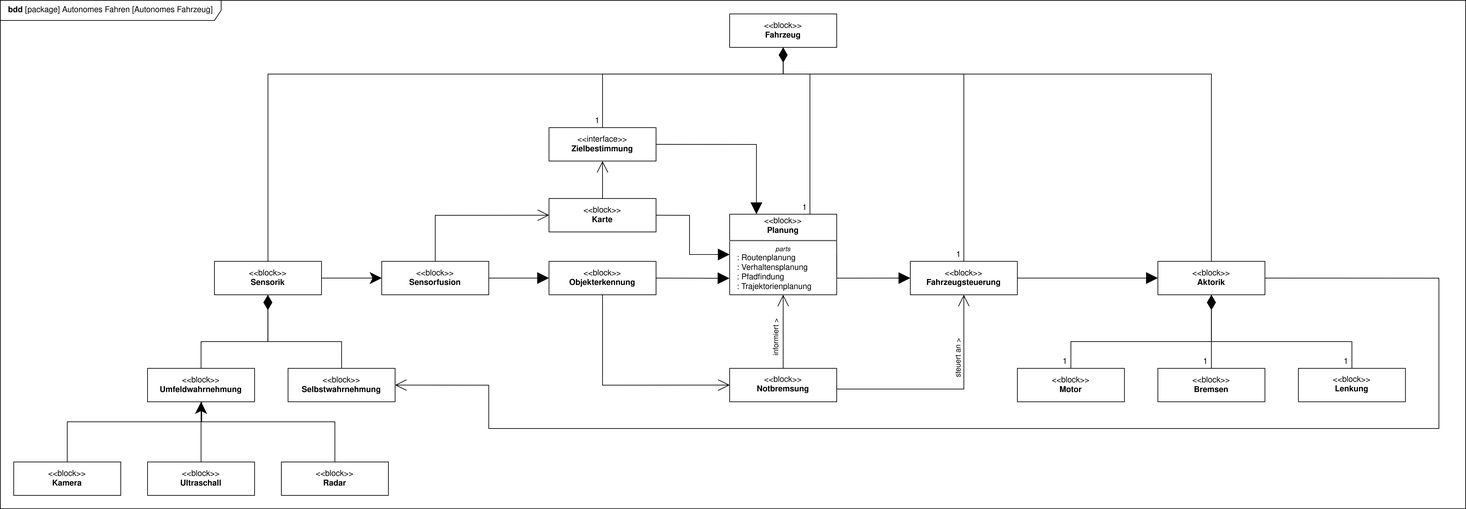
Above: bdd.png in agrueneberg/sews2324 (draw.io), before the change. Source tidied: cells renumbered, new cells last; positions are measured from the earlier drawing's top-left corner, leaving out a move shared by most shapes.
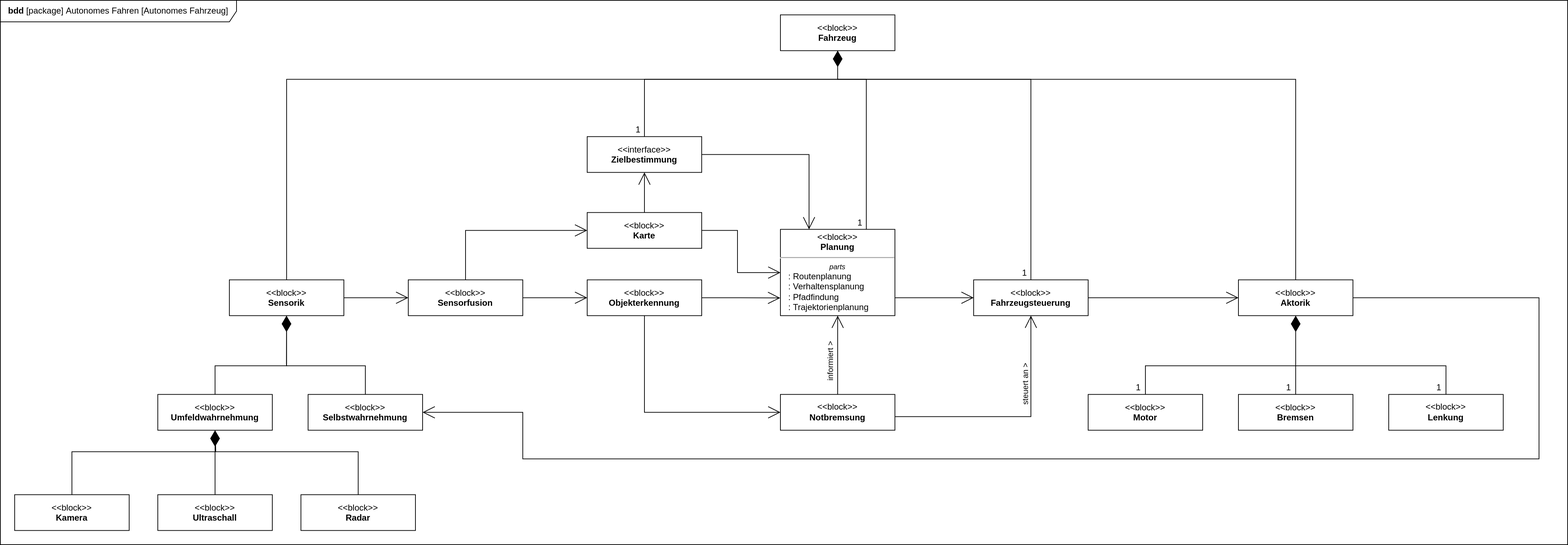
The same file after the commit.

What changed in the source:
```diff
@@ -2,7 +2,10 @@
   <root>
     <mxCell id="0" />
     <mxCell id="1" parent="0" />
+    <mxCell id="48" value="&lt;b&gt;bdd&lt;/b&gt; [package] Autonomes Fahren [Autonomes Fahrzeug]" style="shape=umlFrame;whiteSpace=wrap;html=1;width=330;height=30;" parent="1" vertex="1">
+      <mxGeometry width="2190" height="760" as="geometry" />
+    </mxCell>
-    <mxCell id="2" style="edgeStyle=orthogonalEdgeStyle;rounded=0;jettySize=auto;html=1;exitX=1;exitY=0.5;exitDx=0;exitDy=0;entryX=0;entryY=0.5;entryDx=0;entryDy=0;endSize=15;endArrow=block;endFill=1;" parent="1" edge="1" source="4" target="15">
+    <mxCell id="2" style="edgeStyle=orthogonalEdgeStyle;rounded=0;jettySize=auto;html=1;exitX=1;exitY=0.5;exitDx=0;exitDy=0;entryX=0;entryY=0.5;entryDx=0;entryDy=0;endSize=15;endArrow=open;endFill=0;" parent="1" edge="1" source="4" target="15">
       <mxGeometry relative="1" as="geometry" />
     </mxCell>
     <mxCell id="3" style="edgeStyle=orthogonalEdgeStyle;rounded=0;jettySize=auto;html=1;exitX=0.5;exitY=0;exitDx=0;exitDy=0;entryX=0;entryY=0.5;entryDx=0;entryDy=0;endSize=15;endArrow=open;endFill=0;" parent="1" edge="1" source="4" target="14">
@@ -30,7 +33,7 @@
     <mxCell id="7" value="&lt;p&gt;&amp;lt;&amp;lt;block&amp;gt;&amp;gt;&lt;br&gt;&lt;b&gt;Umfeldwahrnehmung&lt;/b&gt;&lt;/p&gt;" style="shape=rect;html=1;overflow=fill;whiteSpace=wrap;align=center;" parent="1" vertex="1">
       <mxGeometry x="220" y="550.2" width="160" height="50" as="geometry" />
     </mxCell>
-    <mxCell id="8" style="edgeStyle=orthogonalEdgeStyle;rounded=0;jettySize=auto;html=1;exitX=0.5;exitY=0;exitDx=0;exitDy=0;entryX=0.5;entryY=1;entryDx=0;entryDy=0;endSize=15;" parent="1" edge="1" source="9" target="7">
+    <mxCell id="8" style="edgeStyle=orthogonalEdgeStyle;rounded=0;jettySize=auto;html=1;exitX=0.5;exitY=0;exitDx=0;exitDy=0;entryX=0.5;entryY=1;entryDx=0;entryDy=0;endSize=20;endArrow=diamondThin;endFill=1;" parent="1" edge="1" source="9" target="7">
       <mxGeometry relative="1" as="geometry">
         <Array as="points">
           <mxPoint x="300" y="620.2" />
@@ -41,13 +44,13 @@
     <mxCell id="9" value="&lt;p&gt;&amp;lt;&amp;lt;block&amp;gt;&amp;gt;&lt;br&gt;&lt;b&gt;Ultraschall&lt;/b&gt;&lt;/p&gt;" style="shape=rect;html=1;overflow=fill;whiteSpace=wrap;align=center;" parent="1" vertex="1">
       <mxGeometry x="220" y="690.2" width="160" height="50" as="geometry" />
     </mxCell>
-    <mxCell id="10" style="edgeStyle=orthogonalEdgeStyle;rounded=0;jettySize=auto;html=1;exitX=1;exitY=0.5;exitDx=0;exitDy=0;entryX=0;entryY=0.5;entryDx=0;entryDy=0;endSize=15;" parent="1" edge="1" source="11" target="4">
+    <mxCell id="10" style="edgeStyle=orthogonalEdgeStyle;rounded=0;jettySize=auto;html=1;exitX=1;exitY=0.5;exitDx=0;exitDy=0;entryX=0;entryY=0.5;entryDx=0;entryDy=0;endSize=15;endArrow=open;endFill=0;" parent="1" edge="1" source="11" target="4">
       <mxGeometry relative="1" as="geometry" />
     </mxCell>
     <mxCell id="11" value="&lt;p&gt;&amp;lt;&amp;lt;block&amp;gt;&amp;gt;&lt;br&gt;&lt;b&gt;Sensorik&lt;/b&gt;&lt;/p&gt;" style="shape=rect;html=1;overflow=fill;whiteSpace=wrap;align=center;" parent="1" vertex="1">
       <mxGeometry x="320" y="390.2" width="160" height="50" as="geometry" />
     </mxCell>
-    <mxCell id="12" style="edgeStyle=orthogonalEdgeStyle;rounded=0;jettySize=auto;html=1;exitX=1;exitY=0.5;exitDx=0;exitDy=0;endSize=15;endArrow=block;endFill=1;" parent="1" edge="1" source="14" target="18">
+    <mxCell id="12" style="edgeStyle=orthogonalEdgeStyle;rounded=0;jettySize=auto;html=1;exitX=1;exitY=0.5;exitDx=0;exitDy=0;endSize=15;endArrow=open;endFill=0;" parent="1" edge="1" source="14" target="18">
       <mxGeometry relative="1" as="geometry" />
     </mxCell>
     <mxCell id="13" style="edgeStyle=orthogonalEdgeStyle;rounded=0;jettySize=auto;html=1;exitX=0.5;exitY=0;exitDx=0;exitDy=0;entryX=0.5;entryY=1;entryDx=0;entryDy=0;endSize=15;endArrow=open;endFill=0;" parent="1" edge="1" source="14" target="27">
@@ -59,7 +62,7 @@
     <mxCell id="15" value="&lt;p&gt;&amp;lt;&amp;lt;block&amp;gt;&amp;gt;&lt;br&gt;&lt;b&gt;Objekterkennung&lt;/b&gt;&lt;br&gt;&lt;/p&gt;" style="shape=rect;html=1;overflow=fill;whiteSpace=wrap;align=center;" parent="1" vertex="1">
       <mxGeometry x="820" y="390.2" width="160" height="50" as="geometry" />
     </mxCell>
-    <mxCell id="16" style="edgeStyle=orthogonalEdgeStyle;rounded=0;jettySize=auto;html=1;exitX=1;exitY=0.5;exitDx=0;exitDy=0;entryX=0;entryY=0.5;entryDx=0;entryDy=0;endSize=15;endArrow=block;endFill=1;" parent="1" edge="1" source="18" target="21">
+    <mxCell id="16" style="edgeStyle=orthogonalEdgeStyle;rounded=0;jettySize=auto;html=1;exitX=1;exitY=0.5;exitDx=0;exitDy=0;entryX=0;entryY=0.5;entryDx=0;entryDy=0;endSize=15;endArrow=open;endFill=0;" parent="1" edge="1" source="18" target="21">
       <mxGeometry relative="1" as="geometry">
         <Array as="points">
           <mxPoint x="1250" y="415.2" />
@@ -77,7 +80,7 @@
     <mxCell id="18" value="&lt;p style=&quot;margin:0px;margin-top:4px;text-align:center;&quot;&gt;&amp;lt;&amp;lt;block&amp;gt;&amp;gt;&lt;br&gt;&lt;b&gt;Planung&lt;/b&gt;&lt;br&gt;&lt;/p&gt;&lt;hr&gt;&lt;p style=&quot;font-size:10px;margin:0px;text-align:center;&quot;&gt;&lt;i&gt;parts&lt;/i&gt;&lt;/p&gt;&lt;p style=&quot;margin:0px;margin-left:8px;text-align:left;&quot;&gt;&amp;nbsp;: Routenplanung&lt;/p&gt;&lt;p style=&quot;margin:0px;margin-left:8px;text-align:left;&quot;&gt;&amp;nbsp;: Verhaltensplanung&lt;br&gt;&lt;/p&gt;&lt;p style=&quot;margin:0px;margin-left:8px;text-align:left;&quot;&gt;&amp;nbsp;: Pfadfindung&lt;/p&gt;&lt;p style=&quot;margin:0px;margin-left:8px;text-align:left;&quot;&gt;&amp;nbsp;: Trajektorienplanung&lt;br&gt;&lt;/p&gt;&lt;p style=&quot;margin:0px;margin-left:8px;text-align:left;&quot;&gt;&lt;br&gt;&lt;/p&gt;&lt;p style=&quot;margin:0px;margin-left:8px;text-align:left;&quot;&gt;&lt;br&gt;&lt;/p&gt;" style="shape=rect;html=1;overflow=fill;verticalAlign=top;align=left;whiteSpace=wrap;" parent="1" vertex="1">
       <mxGeometry x="1090" y="319.8" width="160" height="120.5" as="geometry" />
     </mxCell>
-    <mxCell id="19" style="edgeStyle=orthogonalEdgeStyle;rounded=0;jettySize=auto;html=1;exitX=1;exitY=0.5;exitDx=0;exitDy=0;entryX=0;entryY=0.5;entryDx=0;entryDy=0;endSize=15;endArrow=block;endFill=1;" parent="1" edge="1" source="21" target="24">
+    <mxCell id="19" style="edgeStyle=orthogonalEdgeStyle;rounded=0;jettySize=auto;html=1;exitX=1;exitY=0.5;exitDx=0;exitDy=0;entryX=0;entryY=0.5;entryDx=0;entryDy=0;endSize=15;endArrow=open;endFill=0;" parent="1" edge="1" source="21" target="24">
       <mxGeometry relative="1" as="geometry" />
     </mxCell>
     <mxCell id="20" style="edgeStyle=orthogonalEdgeStyle;rounded=0;jettySize=auto;html=1;exitX=0.5;exitY=0;exitDx=0;exitDy=0;entryX=0.5;entryY=1;entryDx=0;entryDy=0;" parent="1" edge="1" source="21" target="49">
@@ -121,7 +124,7 @@
         </Array>
       </mxGeometry>
     </mxCell>
-    <mxCell id="26" style="edgeStyle=orthogonalEdgeStyle;rounded=0;jettySize=auto;html=1;exitX=1;exitY=0.5;exitDx=0;exitDy=0;entryX=0.25;entryY=0;entryDx=0;entryDy=0;endSize=15;endArrow=block;endFill=1;" parent="1" edge="1" source="27" target="18">
+    <mxCell id="26" style="edgeStyle=orthogonalEdgeStyle;rounded=0;jettySize=auto;html=1;exitX=1;exitY=0.5;exitDx=0;exitDy=0;entryX=0.25;entryY=0;entryDx=0;entryDy=0;endSize=15;endArrow=open;endFill=0;" parent="1" edge="1" source="27" target="18">
       <mxGeometry relative="1" as="geometry" />
     </mxCell>
     <mxCell id="27" value="&lt;p&gt;&amp;lt;&amp;lt;interface&amp;gt;&amp;gt;&lt;br&gt;&lt;b&gt;Zielbestimmung&lt;/b&gt;&lt;/p&gt;" style="shape=rect;html=1;overflow=fill;whiteSpace=wrap;align=center;" parent="1" vertex="1">
@@ -163,7 +166,7 @@
         </Array>
       </mxGeometry>
     </mxCell>
-    <mxCell id="35" style="edgeStyle=orthogonalEdgeStyle;rounded=0;jettySize=auto;html=1;exitX=1;exitY=0.5;exitDx=0;exitDy=0;entryX=-0.002;entryY=0.795;entryDx=0;entryDy=0;entryPerimeter=0;endSize=15;endArrow=block;endFill=1;" parent="1" edge="1" source="15" target="18">
+    <mxCell id="35" style="edgeStyle=orthogonalEdgeStyle;rounded=0;jettySize=auto;html=1;exitX=1;exitY=0.5;exitDx=0;exitDy=0;entryX=-0.002;entryY=0.795;entryDx=0;entryDy=0;entryPerimeter=0;endSize=15;endArrow=open;endFill=0;" parent="1" edge="1" source="15" target="18">
       <mxGeometry relative="1" as="geometry" />
     </mxCell>
     <mxCell id="36" value="&lt;p&gt;&amp;lt;&amp;lt;block&amp;gt;&amp;gt;&lt;br&gt;&lt;b&gt;Motor&lt;/b&gt;&lt;br&gt;&lt;/p&gt;" style="shape=rect;html=1;overflow=fill;whiteSpace=wrap;align=center;" parent="1" vertex="1">
@@ -226,9 +229,6 @@
         </Array>
       </mxGeometry>
     </mxCell>
-    <mxCell id="48" value="&lt;b&gt;bdd&lt;/b&gt; [package] Autonomes Fahren [Autonomes Fahrzeug]" style="shape=umlFrame;whiteSpace=wrap;html=1;width=330;height=30;" parent="1" vertex="1">
-      <mxGeometry width="2190" height="760" as="geometry" />
-    </mxCell>
     <mxCell id="49" value="&lt;p&gt;&amp;lt;&amp;lt;block&amp;gt;&amp;gt;&lt;br&gt;&lt;b&gt;Fahrzeug&lt;/b&gt;&lt;/p&gt;" style="shape=rect;html=1;overflow=fill;whiteSpace=wrap;align=center;" parent="1" vertex="1">
       <mxGeometry x="1090" y="20.2" width="160" height="50" as="geometry" />
     </mxCell>
```
